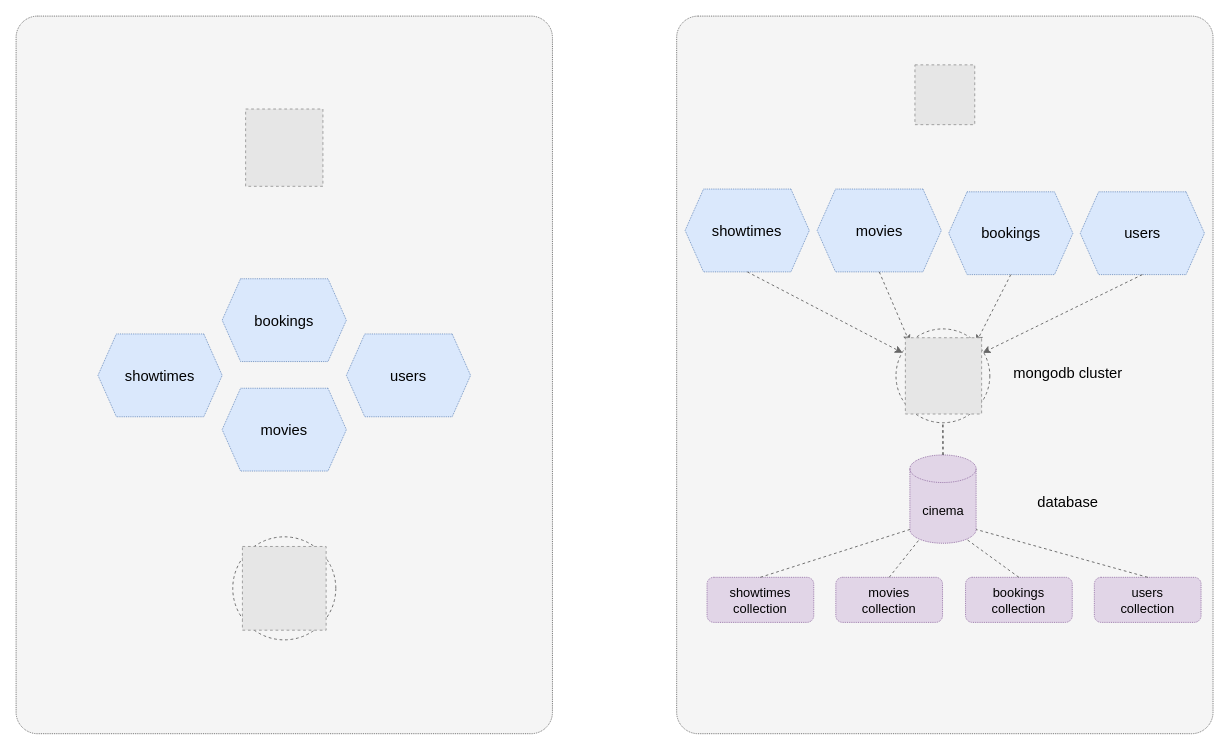
The draw.io diagram docs/diagrams.drawio in WebWizrd8/k8-go-cms, before the edit. Source tidied: cells renumbered, new cells numbered last; positions are measured from the earlier drawing's top-left corner, leaving out a move shared by most shapes. Both pictures are drawn from the tidied source at 92%, with x=0, y=0 at pixel (16, 16). Pictures stored in the file or linked from it are replaced by grey dashed boxes.
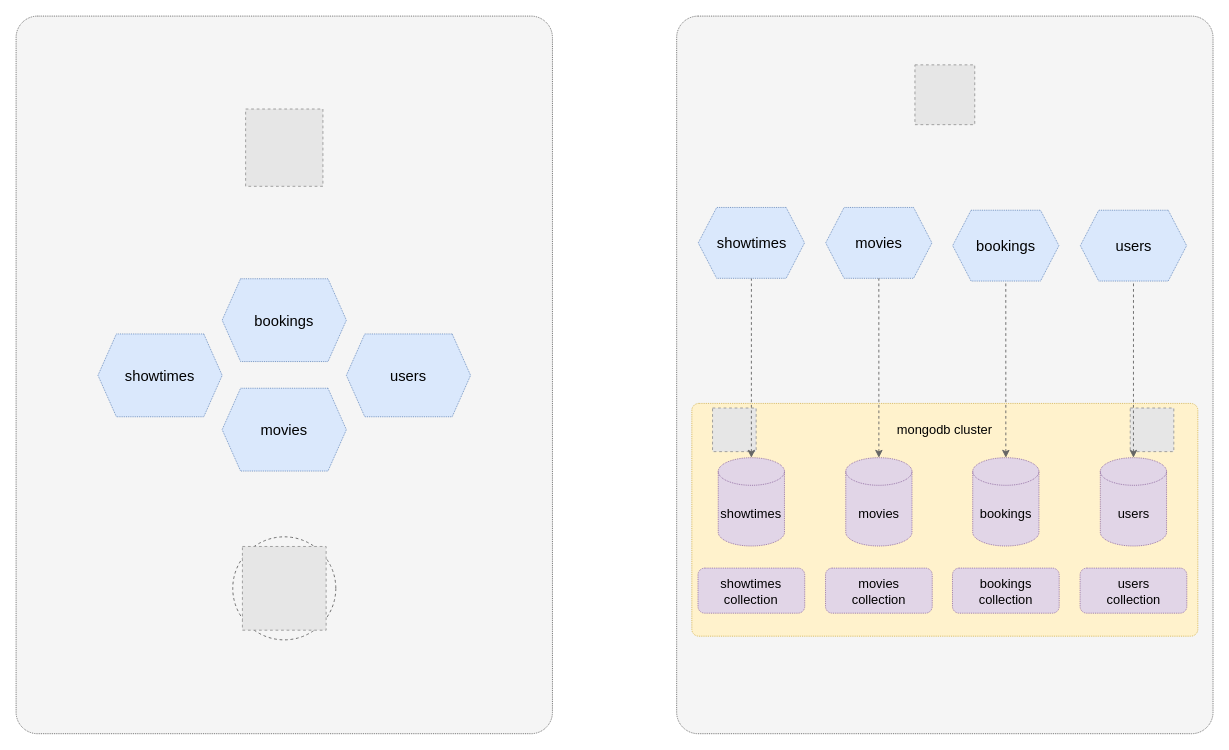
The same diagram, later.

What changed in the source:
```diff
@@
+    <mxCell id="9" style="rounded=1;whiteSpace=wrap;html=1;dashed=1;arcSize=4;fillColor=#f5f5f5;strokeColor=#666666;fontColor=#333333;dashPattern=1 1;" parent="1" vertex="1">
+      <mxGeometry x="718" width="583" height="780" as="geometry" />
+    </mxCell>
+    <mxCell id="38" style="rounded=1;whiteSpace=wrap;html=1;fillColor=#fff2cc;strokeColor=#d6b656;dashed=1;dashPattern=1 1;arcSize=3;" parent="1" vertex="1">
+      <mxGeometry x="734.5" y="421" width="550" height="253" as="geometry" />
+    </mxCell>
@@
-    <mxCell id="9" style="rounded=1;whiteSpace=wrap;html=1;dashed=1;arcSize=4;fillColor=#f5f5f5;strokeColor=#666666;fontColor=#333333;dashPattern=1 1;" parent="1" vertex="1">
-      <mxGeometry x="718" width="583" height="780" as="geometry" />
-    </mxCell>
@@
-    <mxCell id="11" style="group;" parent="1" vertex="1">
-      <mxGeometry x="727.2" y="188" width="564.5" height="93" as="geometry" />
-    </mxCell>
+    <mxCell id="21" value="showtimes" style="shape=cylinder3;whiteSpace=wrap;html=1;boundedLbl=1;backgroundOutline=1;size=15;dashed=1;dashPattern=1 1;fontSize=14;fillColor=#e1d5e7;strokeColor=#9673a6;" parent="1" vertex="1">
+      <mxGeometry x="763.2" y="480" width="72" height="96" as="geometry" />
+    </mxCell>
+    <mxCell id="25" value="users&lt;br&gt;collection" style="rounded=1;whiteSpace=wrap;html=1;dashed=1;dashPattern=1 1;fontSize=14;fillColor=#e1d5e7;strokeColor=#9673a6;" parent="1" vertex="1">
+      <mxGeometry x="1156.5" y="600" width="116" height="49" as="geometry" />
+    </mxCell>
+    <mxCell id="26" value="bookings&lt;br&gt;collection" style="rounded=1;whiteSpace=wrap;html=1;dashed=1;dashPattern=1 1;fontSize=14;fillColor=#e1d5e7;strokeColor=#9673a6;" parent="1" vertex="1">
+      <mxGeometry x="1017.8" y="600" width="116" height="49" as="geometry" />
+    </mxCell>
+    <mxCell id="27" value="movies&lt;br&gt;collection" style="rounded=1;whiteSpace=wrap;html=1;dashed=1;dashPattern=1 1;fontSize=14;fillColor=#e1d5e7;strokeColor=#9673a6;" parent="1" vertex="1">
+      <mxGeometry x="879.8" y="600" width="116" height="49" as="geometry" />
+    </mxCell>
+    <mxCell id="28" value="showtimes&lt;br&gt;collection" style="rounded=1;whiteSpace=wrap;html=1;dashed=1;dashPattern=1 1;fontSize=14;fillColor=#e1d5e7;strokeColor=#9673a6;" parent="1" vertex="1">
+      <mxGeometry x="741.2" y="600" width="116" height="49" as="geometry" />
+    </mxCell>
+    <mxCell id="35" style="group;" parent="1" vertex="1">
+      <mxGeometry x="235.5" y="566" width="112" height="112" as="geometry" />
+    </mxCell>
+    <mxCell id="36" style="ellipse;whiteSpace=wrap;html=1;fillColor=#f5f5f5;strokeColor=#666666;fontColor=#333333;dashed=1;" parent="35" vertex="1">
+      <mxGeometry width="112" height="112" as="geometry" />
+    </mxCell>
+    <mxCell id="37" style="fillColor=#E6E6E6;strokeColor=#999999;dashed=1;verticalLabelPosition=bottom;labelBackgroundColor=#ffffff;verticalAlign=top;" parent="35" vertex="1">
+      <mxGeometry x="10.5" y="10.5" width="91" height="91" as="geometry" />
+    </mxCell>
+    <mxCell id="39" value="movies" style="shape=cylinder3;whiteSpace=wrap;html=1;boundedLbl=1;backgroundOutline=1;size=15;dashed=1;dashPattern=1 1;fontSize=14;fillColor=#e1d5e7;strokeColor=#9673a6;" parent="1" vertex="1">
+      <mxGeometry x="901.8" y="480" width="72" height="96" as="geometry" />
+    </mxCell>
+    <mxCell id="40" value="bookings" style="shape=cylinder3;whiteSpace=wrap;html=1;boundedLbl=1;backgroundOutline=1;size=15;dashed=1;dashPattern=1 1;fontSize=14;fillColor=#e1d5e7;strokeColor=#9673a6;" parent="1" vertex="1">
+      <mxGeometry x="1039.8" y="480" width="72" height="96" as="geometry" />
+    </mxCell>
+    <mxCell id="41" value="users" style="shape=cylinder3;whiteSpace=wrap;html=1;boundedLbl=1;backgroundOutline=1;size=15;dashed=1;dashPattern=1 1;fontSize=14;fillColor=#e1d5e7;strokeColor=#9673a6;" parent="1" vertex="1">
+      <mxGeometry x="1178.5" y="480" width="72" height="96" as="geometry" />
+    </mxCell>
+    <mxCell id="24" style="fillColor=#E6E6E6;strokeColor=#999999;dashed=1;verticalLabelPosition=bottom;labelBackgroundColor=#ffffff;verticalAlign=top;" parent="1" vertex="1">
+      <mxGeometry x="757" y="426" width="47.4" height="47.4" as="geometry" />
+    </mxCell>
+    <mxCell id="42" style="fillColor=#E6E6E6;strokeColor=#999999;dashed=1;verticalLabelPosition=bottom;labelBackgroundColor=#ffffff;verticalAlign=top;" parent="1" vertex="1">
+      <mxGeometry x="1211" y="426" width="47.4" height="47.4" as="geometry" />
+    </mxCell>
+    <mxCell id="20" value="mongodb cluster" style="text;html=1;strokeColor=none;fillColor=none;align=center;verticalAlign=middle;whiteSpace=wrap;rounded=0;dashed=1;dashPattern=1 1;fontSize=14;" parent="1" vertex="1">
+      <mxGeometry x="944" y="440" width="131" height="20" as="geometry" />
+    </mxCell>
+    <mxCell id="43" style="endArrow=none;dashed=1;html=1;fontSize=14;entryX=0.5;entryY=1;entryDx=0;entryDy=0;exitX=0.5;exitY=0;exitDx=0;exitDy=0;exitPerimeter=0;fillColor=#f5f5f5;strokeColor=#666666;endFill=0;startArrow=classic;startFill=1;" parent="1" edge="1" source="21" target="12">
+      <mxGeometry relative="1" as="geometry" />
+    </mxCell>
-    <mxCell id="12" value="showtimes" style="shape=hexagon;perimeter=hexagonPerimeter2;whiteSpace=wrap;html=1;fixedSize=1;fillColor=#dae8fc;strokeColor=#6c8ebf;fontStyle=0;dashed=1;dashPattern=1 1;flipH=1;fontSize=16;" parent="11" vertex="1">
-      <mxGeometry width="135" height="90" as="geometry" />
+    <mxCell id="12" value="showtimes" style="shape=hexagon;perimeter=hexagonPerimeter2;whiteSpace=wrap;html=1;fixedSize=1;fillColor=#dae8fc;strokeColor=#6c8ebf;fontStyle=0;dashed=1;dashPattern=1 1;flipH=1;fontSize=16;" parent="1" vertex="1">
+      <mxGeometry x="741.5" y="208" width="115.5" height="77" as="geometry" />
     </mxCell>
-    <mxCell id="13" value="movies" style="shape=hexagon;perimeter=hexagonPerimeter2;whiteSpace=wrap;html=1;fixedSize=1;fillColor=#dae8fc;strokeColor=#6c8ebf;fontStyle=0;dashed=1;dashPattern=1 1;flipH=1;fontSize=16;" parent="11" vertex="1">
-      <mxGeometry x="143.5" width="135" height="90" as="geometry" />
+    <mxCell id="13" value="movies" style="shape=hexagon;perimeter=hexagonPerimeter2;whiteSpace=wrap;html=1;fixedSize=1;fillColor=#dae8fc;strokeColor=#6c8ebf;fontStyle=0;dashed=1;dashPattern=1 1;flipH=1;fontSize=16;" parent="1" vertex="1">
+      <mxGeometry x="880" y="208" width="115.5" height="77" as="geometry" />
     </mxCell>
-    <mxCell id="14" value="bookings" style="shape=hexagon;perimeter=hexagonPerimeter2;whiteSpace=wrap;html=1;fixedSize=1;fillColor=#dae8fc;strokeColor=#6c8ebf;fontStyle=0;dashed=1;dashPattern=1 1;fontSize=16;" parent="11" vertex="1">
-      <mxGeometry x="286.5" y="3" width="135" height="90" as="geometry" />
+    <mxCell id="14" value="bookings" style="shape=hexagon;perimeter=hexagonPerimeter2;whiteSpace=wrap;html=1;fixedSize=1;fillColor=#dae8fc;strokeColor=#6c8ebf;fontStyle=0;dashed=1;dashPattern=1 1;fontSize=16;" parent="1" vertex="1">
+      <mxGeometry x="1018" y="211" width="115.5" height="77" as="geometry" />
     </mxCell>
-    <mxCell id="15" value="users" style="shape=hexagon;perimeter=hexagonPerimeter2;whiteSpace=wrap;html=1;fixedSize=1;fillColor=#dae8fc;strokeColor=#6c8ebf;fontStyle=0;dashed=1;dashPattern=1 1;flipH=1;fontSize=16;" parent="11" vertex="1">
-      <mxGeometry x="429.5" y="3" width="135" height="90" as="geometry" />
+    <mxCell id="15" value="users" style="shape=hexagon;perimeter=hexagonPerimeter2;whiteSpace=wrap;html=1;fixedSize=1;fillColor=#dae8fc;strokeColor=#6c8ebf;fontStyle=0;dashed=1;dashPattern=1 1;flipH=1;fontSize=16;" parent="1" vertex="1">
+      <mxGeometry x="1156.8" y="211" width="115.5" height="77" as="geometry" />
     </mxCell>
-    <mxCell id="16" style="endArrow=classic;dashed=1;html=1;fontSize=16;exitX=0.5;exitY=1;exitDx=0;exitDy=0;entryX=0.071;entryY=0.255;entryDx=0;entryDy=0;endFill=1;fillColor=#f5f5f5;strokeColor=#666666;entryPerimeter=0;" parent="1" edge="1" source="12" target="23">
-      <mxGeometry relative="1" as="geometry" />
-    </mxCell>
-    <mxCell id="17" style="endArrow=classic;dashed=1;html=1;fontSize=16;exitX=0.5;exitY=1;exitDx=0;exitDy=0;entryX=0;entryY=0;entryDx=0;entryDy=0;endFill=1;fillColor=#f5f5f5;strokeColor=#666666;" parent="1" edge="1" source="13" target="23">
-      <mxGeometry relative="1" as="geometry" />
-    </mxCell>
-    <mxCell id="18" style="endArrow=classic;dashed=1;html=1;fontSize=16;exitX=0.5;exitY=1;exitDx=0;exitDy=0;entryX=1;entryY=0;entryDx=0;entryDy=0;endFill=1;fillColor=#f5f5f5;strokeColor=#666666;" parent="1" edge="1" source="14" target="23">
-      <mxGeometry relative="1" as="geometry" />
-    </mxCell>
-    <mxCell id="19" style="endArrow=classic;dashed=1;html=1;fontSize=16;exitX=0.5;exitY=1;exitDx=0;exitDy=0;entryX=0.924;entryY=0.255;entryDx=0;entryDy=0;endFill=1;fillColor=#f5f5f5;strokeColor=#666666;entryPerimeter=0;" parent="1" edge="1" source="15" target="23">
-      <mxGeometry relative="1" as="geometry" />
-    </mxCell>
-    <mxCell id="20" value="mongodb cluster" style="text;html=1;strokeColor=none;fillColor=none;align=center;verticalAlign=middle;whiteSpace=wrap;rounded=0;dashed=1;dashPattern=1 1;fontSize=16;" parent="1" vertex="1">
-      <mxGeometry x="1074" y="378" width="139" height="20" as="geometry" />
-    </mxCell>
-    <mxCell id="21" value="cinema" style="shape=cylinder3;whiteSpace=wrap;html=1;boundedLbl=1;backgroundOutline=1;size=15;dashed=1;dashPattern=1 1;fontSize=14;fillColor=#e1d5e7;strokeColor=#9673a6;" parent="1" vertex="1">
-      <mxGeometry x="971.5" y="477" width="72" height="96" as="geometry" />
-    </mxCell>
-    <mxCell id="22" style="group;" parent="1" vertex="1">
-      <mxGeometry x="956.4" y="340" width="108.3" height="102" as="geometry" />
-    </mxCell>
-    <mxCell id="23" style="ellipse;whiteSpace=wrap;html=1;fillColor=#f5f5f5;strokeColor=#666666;fontColor=#333333;dashed=1;" parent="22" vertex="1">
-      <mxGeometry width="102" height="102" as="geometry" />
-    </mxCell>
-    <mxCell id="24" style="fillColor=#E6E6E6;strokeColor=#999999;dashed=1;verticalLabelPosition=bottom;labelBackgroundColor=#ffffff;verticalAlign=top;" parent="22" vertex="1">
-      <mxGeometry x="10.2" y="9.6" width="82.9" height="82.9" as="geometry" />
-    </mxCell>
-    <mxCell id="25" value="users&lt;br&gt;collection" style="rounded=1;whiteSpace=wrap;html=1;dashed=1;dashPattern=1 1;fontSize=14;fillColor=#e1d5e7;strokeColor=#9673a6;" parent="1" vertex="1">
-      <mxGeometry x="1172" y="610" width="116" height="49" as="geometry" />
-    </mxCell>
-    <mxCell id="26" value="bookings&lt;br&gt;collection" style="rounded=1;whiteSpace=wrap;html=1;dashed=1;dashPattern=1 1;fontSize=14;fillColor=#e1d5e7;strokeColor=#9673a6;" parent="1" vertex="1">
-      <mxGeometry x="1032" y="610" width="116" height="49" as="geometry" />
-    </mxCell>
-    <mxCell id="27" value="movies&lt;br&gt;collection" style="rounded=1;whiteSpace=wrap;html=1;dashed=1;dashPattern=1 1;fontSize=14;fillColor=#e1d5e7;strokeColor=#9673a6;" parent="1" vertex="1">
-      <mxGeometry x="891" y="610" width="116" height="49" as="geometry" />
-    </mxCell>
-    <mxCell id="28" value="showtimes&lt;br&gt;collection" style="rounded=1;whiteSpace=wrap;html=1;dashed=1;dashPattern=1 1;fontSize=14;fillColor=#e1d5e7;strokeColor=#9673a6;" parent="1" vertex="1">
-      <mxGeometry x="751" y="610" width="116" height="49" as="geometry" />
-    </mxCell>
-    <mxCell id="29" style="endArrow=none;dashed=1;html=1;fontSize=14;entryX=0;entryY=1;entryDx=0;entryDy=-15;entryPerimeter=0;exitX=0.5;exitY=0;exitDx=0;exitDy=0;fillColor=#f5f5f5;strokeColor=#666666;" parent="1" edge="1" source="28" target="21">
-      <mxGeometry relative="1" as="geometry" />
-    </mxCell>
-    <mxCell id="30" style="endArrow=none;dashed=1;html=1;fontSize=14;entryX=0.145;entryY=1;entryDx=0;entryDy=-4.35;entryPerimeter=0;exitX=0.5;exitY=0;exitDx=0;exitDy=0;fillColor=#f5f5f5;strokeColor=#666666;" parent="1" edge="1" source="27" target="21">
-      <mxGeometry relative="1" as="geometry" />
-    </mxCell>
-    <mxCell id="31" style="endArrow=none;dashed=1;html=1;fontSize=14;entryX=0.855;entryY=1;entryDx=0;entryDy=-4.35;entryPerimeter=0;exitX=0.5;exitY=0;exitDx=0;exitDy=0;fillColor=#f5f5f5;strokeColor=#666666;" parent="1" edge="1" source="26" target="21">
-      <mxGeometry relative="1" as="geometry" />
-    </mxCell>
-    <mxCell id="32" style="endArrow=none;dashed=1;html=1;fontSize=14;entryX=1;entryY=1;entryDx=0;entryDy=-15;entryPerimeter=0;exitX=0.5;exitY=0;exitDx=0;exitDy=0;fillColor=#f5f5f5;strokeColor=#666666;" parent="1" edge="1" source="25" target="21">
-      <mxGeometry relative="1" as="geometry" />
-    </mxCell>
-    <mxCell id="33" style="endArrow=none;dashed=1;html=1;fontSize=14;entryX=0.5;entryY=1;entryDx=0;entryDy=0;exitX=0.5;exitY=0;exitDx=0;exitDy=0;exitPerimeter=0;" parent="1" edge="1" source="21" target="23">
-      <mxGeometry relative="1" as="geometry" />
-    </mxCell>
-    <mxCell id="34" value="database" style="text;html=1;strokeColor=none;fillColor=none;align=center;verticalAlign=middle;whiteSpace=wrap;rounded=0;dashed=1;dashPattern=1 1;fontSize=16;" parent="1" vertex="1">
-      <mxGeometry x="1074" y="518" width="139" height="20" as="geometry" />
-    </mxCell>
-    <mxCell id="35" style="group;" parent="1" vertex="1">
-      <mxGeometry x="235.5" y="566" width="112" height="112" as="geometry" />
-    </mxCell>
-    <mxCell id="36" style="ellipse;whiteSpace=wrap;html=1;fillColor=#f5f5f5;strokeColor=#666666;fontColor=#333333;dashed=1;" parent="35" vertex="1">
-      <mxGeometry width="112" height="112" as="geometry" />
-    </mxCell>
-    <mxCell id="37" style="fillColor=#E6E6E6;strokeColor=#999999;dashed=1;verticalLabelPosition=bottom;labelBackgroundColor=#ffffff;verticalAlign=top;" parent="35" vertex="1">
-      <mxGeometry x="10.5" y="10.5" width="91" height="91" as="geometry" />
-    </mxCell>
+    <mxCell id="44" style="endArrow=none;dashed=1;html=1;fontSize=14;entryX=0.5;entryY=1;entryDx=0;entryDy=0;exitX=0.5;exitY=0;exitDx=0;exitDy=0;exitPerimeter=0;fillColor=#f5f5f5;strokeColor=#666666;endFill=0;startArrow=classic;startFill=1;" parent="1" edge="1" source="39" target="13">
+      <mxGeometry relative="1" as="geometry" />
+    </mxCell>
+    <mxCell id="45" style="endArrow=none;dashed=1;html=1;fontSize=14;entryX=0.5;entryY=1;entryDx=0;entryDy=0;exitX=0.5;exitY=0;exitDx=0;exitDy=0;exitPerimeter=0;fillColor=#f5f5f5;strokeColor=#666666;endFill=0;startArrow=classic;startFill=1;" parent="1" edge="1" source="40" target="14">
+      <mxGeometry relative="1" as="geometry" />
+    </mxCell>
+    <mxCell id="46" style="endArrow=none;dashed=1;html=1;fontSize=14;entryX=0.5;entryY=1;entryDx=0;entryDy=0;exitX=0.5;exitY=0;exitDx=0;exitDy=0;exitPerimeter=0;fillColor=#f5f5f5;strokeColor=#666666;endFill=0;startArrow=classic;startFill=1;" parent="1" edge="1" source="41" target="15">
+      <mxGeometry relative="1" as="geometry" />
+    </mxCell>
```
